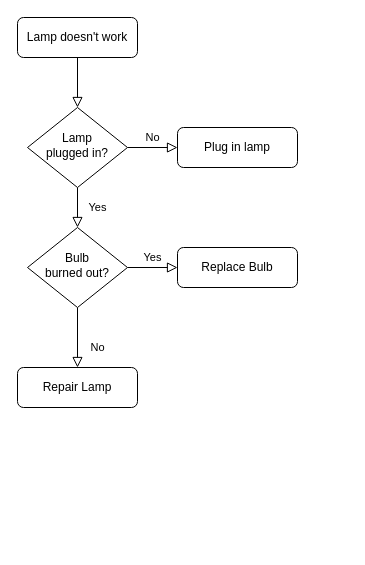
JeffLiHK/online_barcode_generator_design keeps this draw.io diagram as Untitled Diagram.drawio. Above is the earlier version. Source tidied: cells renumbered, new cells numbered last; positions are measured from the earlier drawing's top-left corner, leaving out a move shared by most shapes. Both pictures are drawn from the tidied source at 100%, with x=0, y=0 at pixel (17, 17).
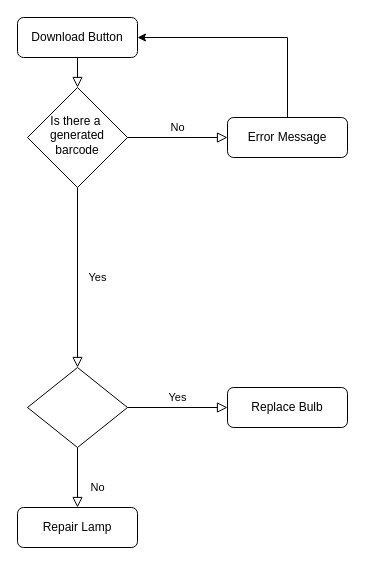
The same diagram, later.

Commit message:
Download Button Start

The edit, as a diff of the source:
```diff
@@
 <mxGraphModel>
   <root>
     <mxCell id="0" />
     <mxCell id="1" parent="0" />
     <mxCell id="2" style="rounded=0;html=1;jettySize=auto;fontSize=11;endArrow=block;endFill=0;endSize=8;strokeWidth=1;shadow=0;labelBackgroundColor=none;edgeStyle=orthogonalEdgeStyle;" parent="1" edge="1" source="3" target="6">
       <mxGeometry relative="1" as="geometry" />
     </mxCell>
-    <mxCell id="3" value="Lamp doesn't work" style="rounded=1;whiteSpace=wrap;html=1;fontSize=12;glass=0;strokeWidth=1;shadow=0;" parent="1" vertex="1">
+    <mxCell id="3" value="Download Button" style="rounded=1;whiteSpace=wrap;html=1;fontSize=12;glass=0;strokeWidth=1;shadow=0;" parent="1" vertex="1">
       <mxGeometry width="120" height="40" as="geometry" />
     </mxCell>
     <mxCell id="4" value="Yes" style="rounded=0;html=1;jettySize=auto;fontSize=11;endArrow=block;endFill=0;endSize=8;strokeWidth=1;shadow=0;labelBackgroundColor=none;edgeStyle=orthogonalEdgeStyle;" parent="1" edge="1" source="6" target="10">
       <mxGeometry y="20" relative="1" as="geometry" />
     </mxCell>
     <mxCell id="5" value="No" style="edgeStyle=orthogonalEdgeStyle;rounded=0;html=1;jettySize=auto;fontSize=11;endArrow=block;endFill=0;endSize=8;strokeWidth=1;shadow=0;labelBackgroundColor=none;" parent="1" edge="1" source="6" target="7">
       <mxGeometry y="10" relative="1" as="geometry" />
     </mxCell>
-    <mxCell id="6" value="Lamp&lt;br&gt;plugged in?" style="rhombus;whiteSpace=wrap;html=1;shadow=0;fontFamily=Helvetica;fontSize=12;align=center;strokeWidth=1;spacing=6;spacingTop=-4;" parent="1" vertex="1">
-      <mxGeometry x="10" y="90" width="100" height="80" as="geometry" />
+    <mxCell id="6" value="Is there a&amp;nbsp; generated barcode" style="rhombus;whiteSpace=wrap;html=1;shadow=0;fontFamily=Helvetica;fontSize=12;align=center;strokeWidth=1;spacing=6;spacingTop=-4;" parent="1" vertex="1">
+      <mxGeometry x="10" y="70" width="100" height="100" as="geometry" />
     </mxCell>
+    <mxCell id="13" style="edgeStyle=orthogonalEdgeStyle;rounded=0;jettySize=auto;html=1;exitX=0.5;exitY=0;exitDx=0;exitDy=0;entryX=1;entryY=0.5;entryDx=0;entryDy=0;" parent="1" edge="1" source="7" target="3">
+      <mxGeometry relative="1" as="geometry" />
+    </mxCell>
-    <mxCell id="7" value="Plug in lamp" style="rounded=1;whiteSpace=wrap;html=1;fontSize=12;glass=0;strokeWidth=1;shadow=0;" parent="1" vertex="1">
-      <mxGeometry x="160" y="110" width="120" height="40" as="geometry" />
+    <mxCell id="7" value="Error Message" style="rounded=1;whiteSpace=wrap;html=1;fontSize=12;glass=0;strokeWidth=1;shadow=0;" parent="1" vertex="1">
+      <mxGeometry x="210" y="100" width="120" height="40" as="geometry" />
     </mxCell>
     <mxCell id="8" value="No" style="rounded=0;html=1;jettySize=auto;fontSize=11;endArrow=block;endFill=0;endSize=8;strokeWidth=1;shadow=0;labelBackgroundColor=none;edgeStyle=orthogonalEdgeStyle;" parent="1" edge="1" source="10" target="11">
       <mxGeometry x="0.33" y="20" relative="1" as="geometry" />
     </mxCell>
     <mxCell id="9" value="Yes" style="edgeStyle=orthogonalEdgeStyle;rounded=0;html=1;jettySize=auto;fontSize=11;endArrow=block;endFill=0;endSize=8;strokeWidth=1;shadow=0;labelBackgroundColor=none;" parent="1" edge="1" source="10" target="12">
       <mxGeometry y="10" relative="1" as="geometry" />
     </mxCell>
-    <mxCell id="10" value="Bulb&lt;br&gt;burned out?" style="rhombus;whiteSpace=wrap;html=1;shadow=0;fontFamily=Helvetica;fontSize=12;align=center;strokeWidth=1;spacing=6;spacingTop=-4;" parent="1" vertex="1">
-      <mxGeometry x="10" y="210" width="100" height="80" as="geometry" />
+    <mxCell id="10" style="rhombus;whiteSpace=wrap;html=1;shadow=0;fontFamily=Helvetica;fontSize=12;align=center;strokeWidth=1;spacing=6;spacingTop=-4;" parent="1" vertex="1">
+      <mxGeometry x="10" y="350" width="100" height="80" as="geometry" />
     </mxCell>
     <mxCell id="11" value="Repair Lamp" style="rounded=1;whiteSpace=wrap;html=1;fontSize=12;glass=0;strokeWidth=1;shadow=0;" parent="1" vertex="1">
-      <mxGeometry y="350" width="120" height="40" as="geometry" />
+      <mxGeometry y="490" width="120" height="40" as="geometry" />
     </mxCell>
     <mxCell id="12" value="Replace Bulb" style="rounded=1;whiteSpace=wrap;html=1;fontSize=12;glass=0;strokeWidth=1;shadow=0;" parent="1" vertex="1">
-      <mxGeometry x="160" y="230" width="120" height="40" as="geometry" />
+      <mxGeometry x="210" y="370" width="120" height="40" as="geometry" />
     </mxCell>
   </root>
 </mxGraphModel>
```
